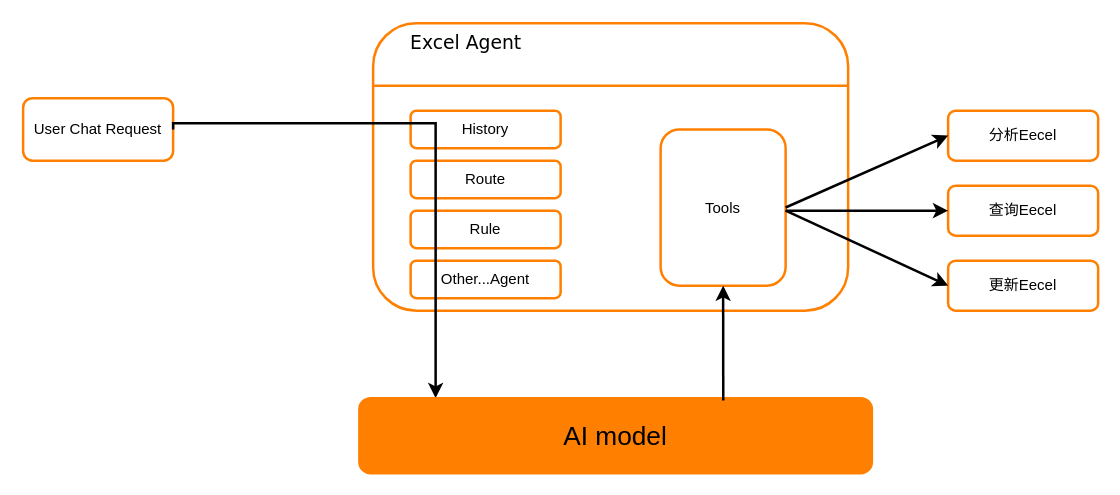
Before: SSJJ2/ss2配表Agent.drawio in Ordertiny/graph, a draw.io diagram. Source tidied: cells renumbered, new cells numbered last; positions are measured from the earlier drawing's top-left corner, leaving out a move shared by most shapes. Both pictures are drawn from the tidied source at 125%, with x=0, y=0 at pixel (22, 22).
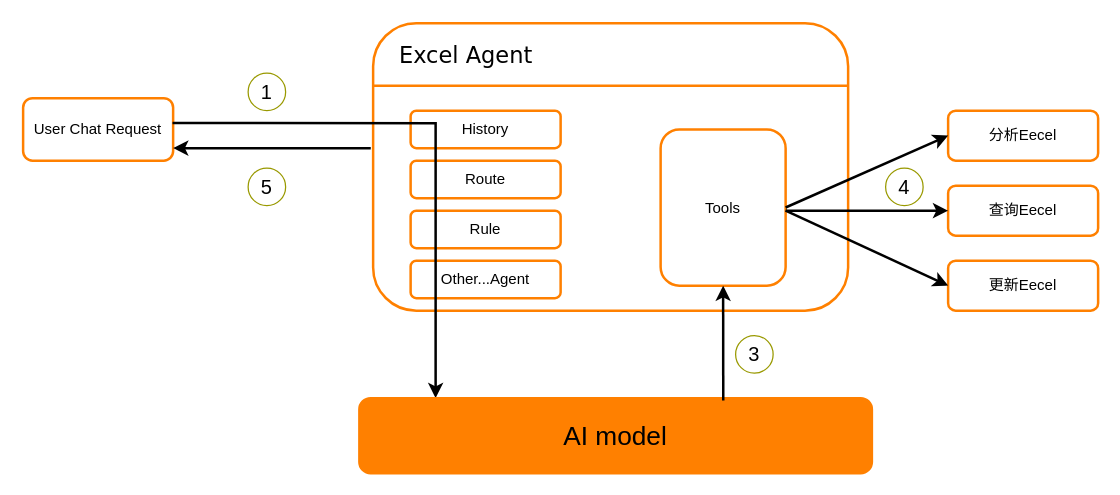
The same diagram, later.

Unchanged cells that the change refers to:
```xml
<mxCell id="2" value="User Chat Request" style="rounded=1;whiteSpace=wrap;html=1;strokeColor=#FF8000;strokeWidth=2;" parent="1" vertex="1">
  <mxGeometry y="60" width="120" height="50" as="geometry" />
</mxCell>
<mxCell id="3" style="group;fillColor=none;fillStyle=dashed;" parent="1" vertex="1">
  <mxGeometry x="280" width="380" height="230" as="geometry" />
</mxCell>
<mxCell id="4" style="rounded=1;whiteSpace=wrap;html=1;strokeColor=#FF8000;strokeWidth=2;" parent="3" vertex="1">
  <mxGeometry width="380" height="230" as="geometry" />
</mxCell>
```

What changed in the source:
```diff
@@
-    <mxCell id="6" value="Excel Agent" style="text;html=1;align=center;verticalAlign=middle;strokeColor=none;fillColor=none;fontSize=15;fontFamily=Verdana;" parent="3" vertex="1">
-      <mxGeometry x="19" width="110" height="30" as="geometry" />
+    <mxCell id="6" value="&lt;font style=&quot;font-size: 18px;&quot;&gt;Excel Agent&lt;/font&gt;" style="text;html=1;align=center;verticalAlign=middle;strokeColor=none;fillColor=none;fontSize=15;fontFamily=Verdana;" parent="3" vertex="1">
+      <mxGeometry x="9" y="5" width="130" height="40" as="geometry" />
     </mxCell>
@@
-    <mxCell id="12" style="endArrow=classic;html=1;rounded=0;exitX=1;exitY=0.5;exitDx=0;exitDy=0;edgeStyle=orthogonalEdgeStyle;strokeWidth=2;" parent="1" edge="1" source="2">
+    <mxCell id="12" style="endArrow=classic;html=1;rounded=0;edgeStyle=orthogonalEdgeStyle;strokeWidth=2;exitX=0.996;exitY=0.399;exitDx=0;exitDy=0;exitPerimeter=0;" parent="1" edge="1" source="2">
       <mxGeometry relative="1" as="geometry">
         <mxPoint x="330" y="300" as="targetPoint" />
         <Array as="points">
-          <mxPoint x="120" y="80" />
           <mxPoint x="330" y="80" />
         </Array>
       </mxGeometry>
     </mxCell>
@@
+    <mxCell id="21" style="endArrow=classic;html=1;rounded=0;exitX=-0.005;exitY=0.435;exitDx=0;exitDy=0;exitPerimeter=0;strokeWidth=2;" parent="1" edge="1" source="4">
+      <mxGeometry relative="1" as="geometry">
+        <mxPoint x="120" y="100" as="targetPoint" />
+      </mxGeometry>
+    </mxCell>
+    <mxCell id="22" value="&lt;font style=&quot;font-size: 16px;&quot;&gt;1&lt;/font&gt;" style="ellipse;whiteSpace=wrap;html=1;fillColor=none;strokeColor=#999900;" parent="1" vertex="1">
+      <mxGeometry x="180" y="40" width="30" height="30" as="geometry" />
+    </mxCell>
+    <mxCell id="23" value="&lt;font style=&quot;font-size: 16px;&quot;&gt;5&lt;/font&gt;" style="ellipse;whiteSpace=wrap;html=1;fillColor=none;strokeColor=#999900;" parent="1" vertex="1">
+      <mxGeometry x="180" y="116" width="30" height="30" as="geometry" />
+    </mxCell>
+    <mxCell id="24" value="&lt;font style=&quot;font-size: 16px;&quot;&gt;3&lt;/font&gt;" style="ellipse;whiteSpace=wrap;html=1;fillColor=none;strokeColor=#999900;" parent="1" vertex="1">
+      <mxGeometry x="570" y="250" width="30" height="30" as="geometry" />
+    </mxCell>
+    <mxCell id="25" value="&lt;font style=&quot;font-size: 16px;&quot;&gt;4&lt;/font&gt;" style="ellipse;whiteSpace=wrap;html=1;fillColor=none;strokeColor=#999900;" parent="1" vertex="1">
+      <mxGeometry x="690" y="116" width="30" height="30" as="geometry" />
+    </mxCell>
```
